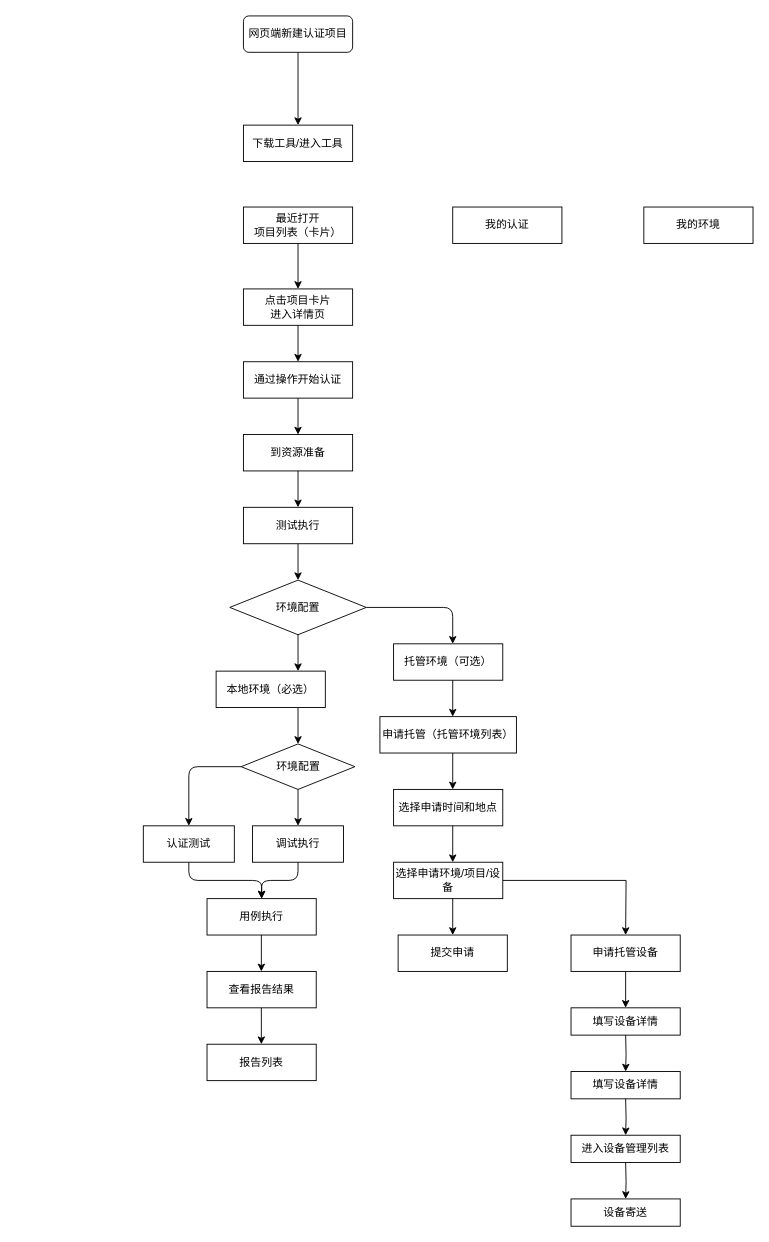
Before: Untitled Diagram.drawio in woshijiangyuhao/intro-html, a draw.io diagram. Source tidied: cells renumbered, new cells numbered last; positions are measured from the earlier drawing's top-left corner, leaving out a move shared by most shapes. Both pictures are drawn from the tidied source at 91%, with x=0, y=0 at pixel (143, 15).
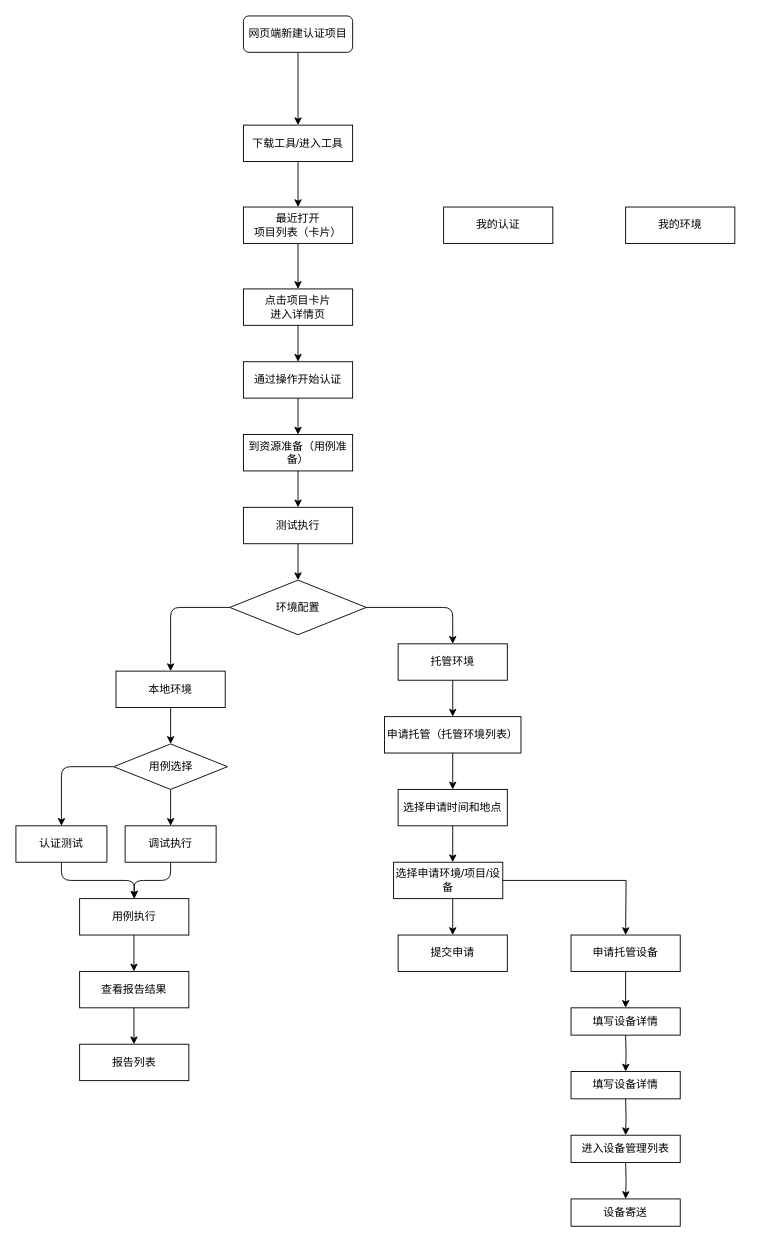
The same page after the edit.

Unchanged cells that the change refers to:
```xml
<mxCell id="4" value="最近打开&lt;br&gt;项目列表（卡片）" style="rounded=0;whiteSpace=wrap;html=1;" parent="1" vertex="1">
  <mxGeometry x="110" y="210" width="120" height="40" as="geometry" />
</mxCell>
<mxCell id="31" value="下载工具/进入工具" style="rounded=0;whiteSpace=wrap;html=1;" parent="1" vertex="1">
  <mxGeometry x="110" y="120" width="120" height="40" as="geometry" />
</mxCell>
<mxCell id="39" value="环境配置" style="rhombus;whiteSpace=wrap;html=1;" parent="1" vertex="1">
  <mxGeometry x="95" y="620" width="150" height="60" as="geometry" />
</mxCell>
```

The edit, as a diff of the source:
```diff
@@
-    <mxCell id="10" value="到资源准备" style="rounded=0;whiteSpace=wrap;html=1;" parent="1" vertex="1">
+    <mxCell id="10" value="到资源准备（用例准备）" style="rounded=0;whiteSpace=wrap;html=1;" parent="1" vertex="1">
       <mxGeometry x="110" y="460" width="120" height="40" as="geometry" />
     </mxCell>
@@
-    <mxCell id="13" style="endArrow=classic;html=1;exitX=0.5;exitY=1;exitDx=0;exitDy=0;" parent="1" edge="1">
+    <mxCell id="13" style="endArrow=classic;html=1;exitX=0;exitY=0.5;exitDx=0;exitDy=0;" parent="1" edge="1" source="39">
       <mxGeometry relative="1" as="geometry">
-        <mxPoint x="170" y="680" as="sourcePoint" />
-        <mxPoint x="170" y="720" as="targetPoint" />
+        <mxPoint x="30" y="720" as="targetPoint" />
+        <Array as="points">
+          <mxPoint x="30" y="650" />
+        </Array>
       </mxGeometry>
     </mxCell>
-    <mxCell id="14" value="本地环境（必选）" style="rounded=0;whiteSpace=wrap;html=1;" parent="1" vertex="1">
-      <mxGeometry x="80" y="720" width="120" height="40" as="geometry" />
+    <mxCell id="14" value="本地环境" style="rounded=0;whiteSpace=wrap;html=1;" parent="1" vertex="1">
+      <mxGeometry x="-30" y="720" width="120" height="40" as="geometry" />
     </mxCell>
@@
-    <mxCell id="16" value="托管环境（可选）" style="rounded=0;whiteSpace=wrap;html=1;" parent="1" vertex="1">
-      <mxGeometry x="275" y="690" width="120" height="40" as="geometry" />
+    <mxCell id="16" value="托管环境" style="rounded=0;whiteSpace=wrap;html=1;" parent="1" vertex="1">
+      <mxGeometry x="280" y="690" width="120" height="40" as="geometry" />
     </mxCell>
@@
     <mxCell id="18" style="endArrow=classic;html=1;exitX=0.5;exitY=1;exitDx=0;exitDy=0;" parent="1" edge="1">
       <mxGeometry relative="1" as="geometry">
-        <mxPoint x="170" y="760" as="sourcePoint" />
-        <mxPoint x="170" y="800" as="targetPoint" />
+        <mxPoint x="30" y="760" as="sourcePoint" />
+        <mxPoint x="30" y="800" as="targetPoint" />
       </mxGeometry>
     </mxCell>
     <mxCell id="19" style="endArrow=classic;html=1;exitX=0;exitY=0.5;exitDx=0;exitDy=0;" parent="1" edge="1" source="40">
       <mxGeometry relative="1" as="geometry">
-        <mxPoint x="50" y="890" as="targetPoint" />
+        <mxPoint x="-90" y="890" as="targetPoint" />
         <Array as="points">
-          <mxPoint x="50" y="825" />
+          <mxPoint x="-90" y="825" />
         </Array>
       </mxGeometry>
     </mxCell>
     <mxCell id="20" value="认证测试" style="rounded=0;whiteSpace=wrap;html=1;" parent="1" vertex="1">
-      <mxGeometry y="890" width="100" height="40" as="geometry" />
+      <mxGeometry x="-140" y="890" width="100" height="40" as="geometry" />
     </mxCell>
     <mxCell id="21" value="调试执行" style="rounded=0;whiteSpace=wrap;html=1;" parent="1" vertex="1">
-      <mxGeometry x="120" y="890" width="100" height="40" as="geometry" />
+      <mxGeometry x="-20" y="890" width="100" height="40" as="geometry" />
     </mxCell>
     <mxCell id="22" style="endArrow=classic;html=1;exitX=0.5;exitY=1;exitDx=0;exitDy=0;" parent="1" edge="1">
       <mxGeometry relative="1" as="geometry">
-        <mxPoint x="170" y="850" as="sourcePoint" />
-        <mxPoint x="170" y="890" as="targetPoint" />
+        <mxPoint x="30" y="850" as="sourcePoint" />
+        <mxPoint x="30" y="890" as="targetPoint" />
       </mxGeometry>
     </mxCell>
     <mxCell id="23" value="用例执行" style="rounded=0;whiteSpace=wrap;html=1;" parent="1" vertex="1">
-      <mxGeometry x="70" y="970" width="120" height="40" as="geometry" />
+      <mxGeometry x="-70" y="970" width="120" height="40" as="geometry" />
     </mxCell>
     <mxCell id="24" style="endArrow=classic;html=1;exitX=0.5;exitY=1;exitDx=0;exitDy=0;entryX=0.5;entryY=0;entryDx=0;entryDy=0;" parent="1" edge="1" source="20" target="23">
       <mxGeometry relative="1" as="geometry">
         <Array as="points">
-          <mxPoint x="50" y="950" />
-          <mxPoint x="130" y="950" />
+          <mxPoint x="-90" y="950" />
+          <mxPoint x="-10" y="950" />
         </Array>
       </mxGeometry>
     </mxCell>
     <mxCell id="25" style="endArrow=classic;html=1;exitX=0.5;exitY=1;exitDx=0;exitDy=0;" parent="1" edge="1" source="21">
       <mxGeometry relative="1" as="geometry">
-        <mxPoint x="130" y="970" as="targetPoint" />
+        <mxPoint x="-10" y="970" as="targetPoint" />
         <Array as="points">
-          <mxPoint x="170" y="950" />
-          <mxPoint x="130" y="950" />
+          <mxPoint x="30" y="950" />
+          <mxPoint x="-10" y="950" />
         </Array>
       </mxGeometry>
     </mxCell>
     <mxCell id="26" value="查看报告结果" style="rounded=0;whiteSpace=wrap;html=1;" parent="1" vertex="1">
-      <mxGeometry x="70" y="1050" width="120" height="40" as="geometry" />
+      <mxGeometry x="-70" y="1050" width="120" height="40" as="geometry" />
     </mxCell>
     <mxCell id="27" style="endArrow=classic;html=1;exitX=0.5;exitY=1;exitDx=0;exitDy=0;" parent="1" edge="1">
       <mxGeometry relative="1" as="geometry">
-        <mxPoint x="129.7" y="1010" as="sourcePoint" />
-        <mxPoint x="129.7" y="1050" as="targetPoint" />
+        <mxPoint x="-10.3" y="1010" as="sourcePoint" />
+        <mxPoint x="-10.3" y="1050" as="targetPoint" />
       </mxGeometry>
     </mxCell>
     <mxCell id="28" value="申请托管（托管环境列表）" style="rounded=0;whiteSpace=wrap;html=1;" parent="1" vertex="1">
-      <mxGeometry x="260" y="770" width="150" height="40" as="geometry" />
+      <mxGeometry x="265" y="770" width="150" height="40" as="geometry" />
     </mxCell>
@@
     <mxCell id="30" value="我的认证" style="rounded=0;whiteSpace=wrap;html=1;" parent="1" vertex="1">
-      <mxGeometry x="340" y="210" width="120" height="40" as="geometry" />
+      <mxGeometry x="330" y="210" width="120" height="40" as="geometry" />
     </mxCell>
@@
     <mxCell id="32" value="报告列表" style="rounded=0;whiteSpace=wrap;html=1;" parent="1" vertex="1">
-      <mxGeometry x="70" y="1130" width="120" height="40" as="geometry" />
+      <mxGeometry x="-70" y="1130" width="120" height="40" as="geometry" />
     </mxCell>
     <mxCell id="33" style="endArrow=classic;html=1;exitX=0.5;exitY=1;exitDx=0;exitDy=0;" parent="1" edge="1">
       <mxGeometry relative="1" as="geometry">
-        <mxPoint x="129.7" y="1090" as="sourcePoint" />
-        <mxPoint x="129.7" y="1130" as="targetPoint" />
+        <mxPoint x="-10.3" y="1090" as="sourcePoint" />
+        <mxPoint x="-10.3" y="1130" as="targetPoint" />
       </mxGeometry>
     </mxCell>
@@
     <mxCell id="35" value="选择申请时间和地点" style="rounded=0;whiteSpace=wrap;html=1;" parent="1" vertex="1">
-      <mxGeometry x="275" y="850" width="120" height="40" as="geometry" />
+      <mxGeometry x="280" y="850" width="120" height="40" as="geometry" />
     </mxCell>
@@
-    <mxCell id="40" value="环境配置" style="rhombus;whiteSpace=wrap;html=1;" parent="1" vertex="1">
-      <mxGeometry x="107.5" y="800" width="125" height="50" as="geometry" />
+    <mxCell id="40" value="用例选择" style="rhombus;whiteSpace=wrap;html=1;" parent="1" vertex="1">
+      <mxGeometry x="-32.5" y="800" width="125" height="50" as="geometry" />
     </mxCell>
@@
     <mxCell id="52" value="我的环境" style="rounded=0;whiteSpace=wrap;html=1;" parent="1" vertex="1">
-      <mxGeometry x="550" y="210" width="120" height="40" as="geometry" />
+      <mxGeometry x="530" y="210" width="120" height="40" as="geometry" />
     </mxCell>
+    <mxCell id="53" style="endArrow=classic;html=1;exitX=0.5;exitY=1;exitDx=0;exitDy=0;" parent="1" edge="1" source="31" target="4">
+      <mxGeometry relative="1" as="geometry" />
+    </mxCell>
```
